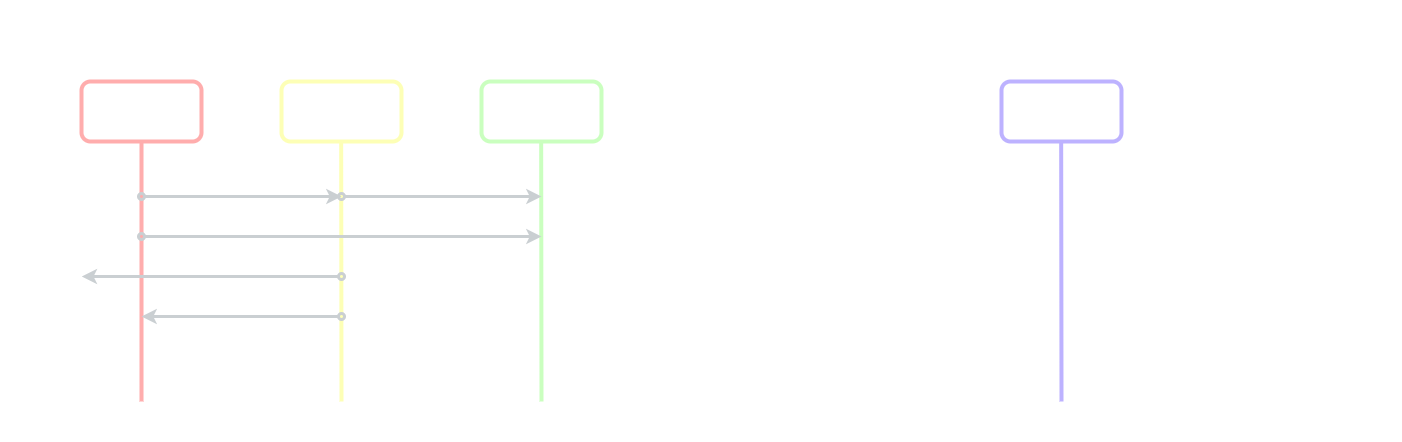
Before: images/remote_git_repository_basic_workflow.png, a diagram exported from draw.io (joseesco24/notas_de_desarrollo). Source tidied: cells renumbered, new cells last; positions are measured from the earlier drawing's top-left corner, leaving out a move shared by most shapes.
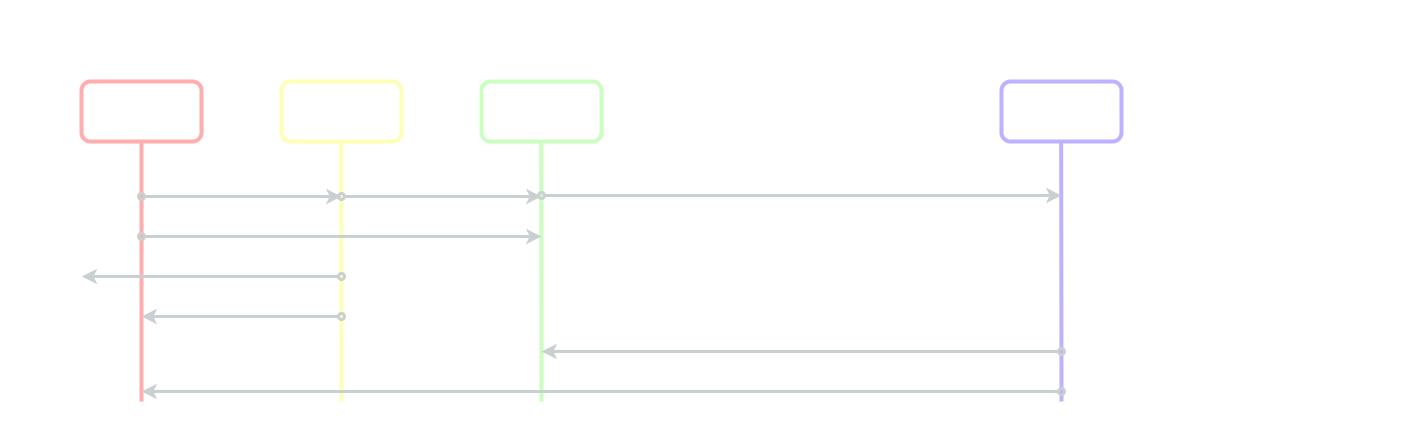
After the commit.

Commit message:
Mejoras en los diagramas de las notas de Git y GitHub

Change to the diagram source:
```diff
@@ -105,5 +105,32 @@
     <mxCell id="27" value="&lt;h3&gt;&lt;font color=&quot;#ffffff&quot;&gt;Repositorio remoto (Master/Origin)&lt;/font&gt;&lt;br&gt;&lt;/h3&gt;" style="text;html=1;fillColor=none;align=center;verticalAlign=middle;whiteSpace=wrap;rounded=0;shadow=0;glass=0;dashed=1;sketch=0;" parent="1" vertex="1">
       <mxGeometry x="1000" y="90" width="120" height="40" as="geometry" />
     </mxCell>
+    <mxCell id="28" style="endArrow=classic;html=1;strokeWidth=3;strokeColor=#CACFD2;startArrow=oval;startFill=0;" parent="1" edge="1">
+      <mxGeometry relative="1" as="geometry">
+        <mxPoint x="540" y="194" as="sourcePoint" />
+        <mxPoint x="1060" y="194" as="targetPoint" />
+      </mxGeometry>
+    </mxCell>
+    <mxCell id="29" value="&lt;b&gt;&lt;font color=&quot;#ffffff&quot;&gt;git push&lt;/font&gt;&lt;/b&gt;" style="text;html=1;strokeColor=none;fillColor=none;align=center;verticalAlign=middle;whiteSpace=wrap;rounded=0;shadow=0;glass=0;dashed=1;sketch=0;" parent="1" vertex="1">
+      <mxGeometry x="880" y="174" width="80" height="20" as="geometry" />
+    </mxCell>
+    <mxCell id="30" style="endArrow=oval;html=1;strokeWidth=3;strokeColor=#CACFD2;startArrow=classic;startFill=1;endFill=0;" parent="1" edge="1">
+      <mxGeometry relative="1" as="geometry">
+        <mxPoint x="540" y="350" as="sourcePoint" />
+        <mxPoint x="1060" y="350" as="targetPoint" />
+      </mxGeometry>
+    </mxCell>
+    <mxCell id="31" value="&lt;b&gt;&lt;font color=&quot;#ffffff&quot;&gt;git fetch&lt;/font&gt;&lt;/b&gt;" style="text;html=1;strokeColor=none;fillColor=none;align=center;verticalAlign=middle;whiteSpace=wrap;rounded=0;shadow=0;glass=0;dashed=1;sketch=0;" parent="1" vertex="1">
+      <mxGeometry x="880" y="330" width="80" height="20" as="geometry" />
+    </mxCell>
+    <mxCell id="32" style="endArrow=oval;html=1;strokeWidth=3;strokeColor=#CACFD2;startArrow=classic;startFill=1;endFill=0;" parent="1" edge="1">
+      <mxGeometry relative="1" as="geometry">
+        <mxPoint x="140" y="390" as="sourcePoint" />
+        <mxPoint x="1060" y="390" as="targetPoint" />
+      </mxGeometry>
+    </mxCell>
+    <mxCell id="33" value="&lt;b&gt;&lt;font color=&quot;#ffffff&quot;&gt;git pull&lt;/font&gt;&lt;/b&gt;" style="text;html=1;strokeColor=none;fillColor=none;align=center;verticalAlign=middle;whiteSpace=wrap;rounded=0;shadow=0;glass=0;dashed=1;sketch=0;" parent="1" vertex="1">
+      <mxGeometry x="880" y="370" width="80" height="20" as="geometry" />
+    </mxCell>
   </root>
 </mxGraphModel>
```
